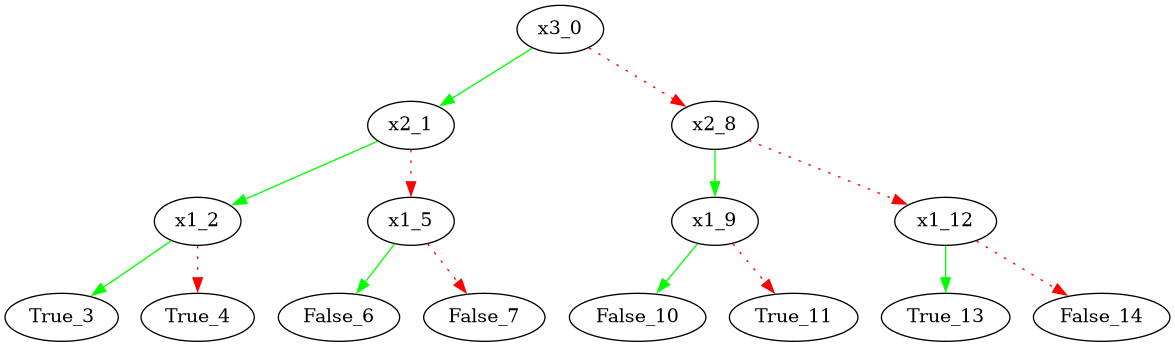
The Graphviz diagram Graphes/graphe.png in Daniel-Sima/Projet_ALGAV, before a commit. Its source is kept beside it as graphe.dot.
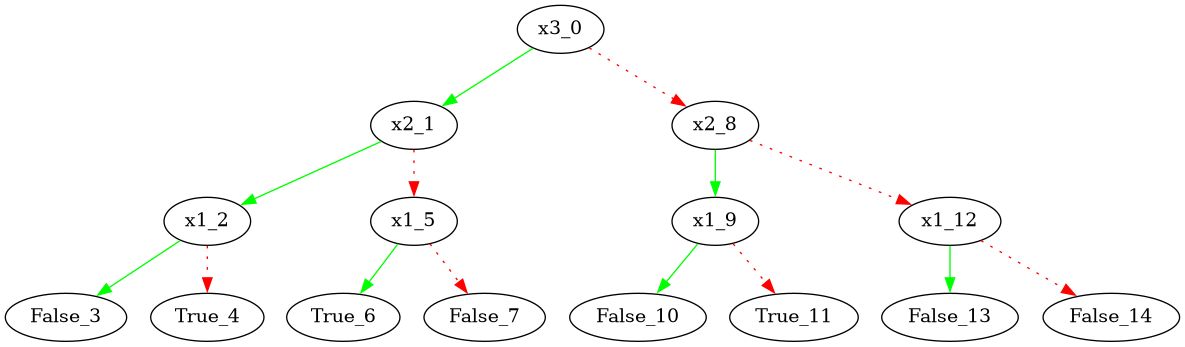
The same diagram one commit later.

The edit, as a diff of the source:
```diff
@@ -1,12 +1,4 @@
 digraph {
-	"x3(x2(x1(True)(True))(x1(False)(False)))(x2(x1(False)(True))(x1(True)(False)))_0" -> "x2(x1(True)(True))(x1(False)(False))_1"[color="green"];
-	"x2(x1(True)(True))(x1(False)(False))_1" -> "True_3"[color="green"];
-	"x2(x1(True)(True))(x1(False)(False))_1" -> "False_6"[style="dotted", color="red"];
-	"x3(x2(x1(True)(True))(x1(False)(False)))(x2(x1(False)(True))(x1(True)(False)))_0" -> "x2(x1(False)(True))(x1(True)(False))_8"[style="dotted", color="red"];
-	"x2(x1(False)(True))(x1(True)(False))_8" -> "x1(False)(True)_9"[color="green"];
-	"x1(False)(True)_9" -> "False_6"[color="green"];
-	"x1(False)(True)_9" -> "True_3"[style="dotted", color="red"];
-	"x2(x1(False)(True))(x1(True)(False))_8" -> "x1(True)(False)_12"[style="dotted", color="red"];
-	"x1(True)(False)_12" -> "True_3"[color="green"];
-	"x1(True)(False)_12" -> "False_6"[style="dotted", color="red"];
+	"x2(True)(x1(True)(True))_0" -> "True_2"[color="green"];
+	"x2(True)(x1(True)(True))_0" -> "x1(True)(True)_7"[style="dotted", color="red"];
 }
```
